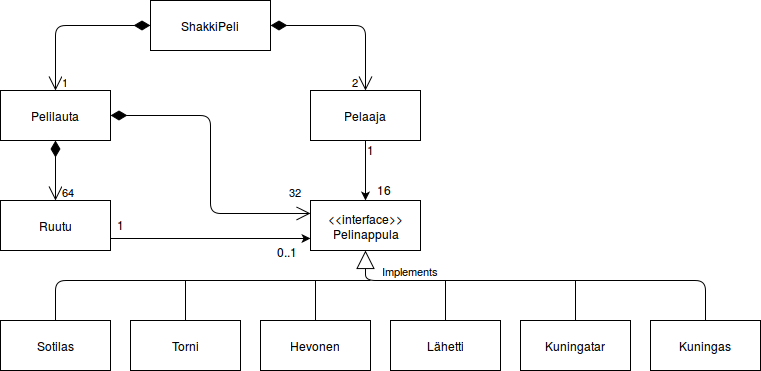
The draw.io diagram dokumentaatio/checkmate_luokat.png in llmlks/CheckMate, before a commit. Source tidied: cells renumbered, new cells last; positions are measured from the earlier drawing's top-left corner, leaving out a move shared by most shapes. Source of this version:
```xml
<mxGraphModel background="#ffffff">
  <root>
    <mxCell id="0" style="html=1;" />
    <mxCell id="1" style="html=1;" parent="0" />
    <mxCell id="2" value="Pelilauta" style="html=1;" parent="1" vertex="1">
      <mxGeometry y="90" width="110" height="50" as="geometry" />
    </mxCell>
    <mxCell id="3" style="edgeStyle=none;rounded=0;html=1;exitX=0.5;exitY=1;entryX=0.5;entryY=0;jettySize=auto;" parent="1" edge="1" source="4" target="8">
      <mxGeometry relative="1" as="geometry" />
    </mxCell>
    <mxCell id="4" value="Pelaaja" style="html=1;" parent="1" vertex="1">
      <mxGeometry x="310" y="90" width="110" height="50" as="geometry" />
    </mxCell>
    <mxCell id="5" value="ShakkiPeli" style="html=1;" parent="1" vertex="1">
      <mxGeometry x="150" width="120" height="50" as="geometry" />
    </mxCell>
    <mxCell id="6" style="edgeStyle=none;rounded=0;html=1;exitX=1;exitY=0.75;entryX=0;entryY=0.75;jettySize=auto;" parent="1" edge="1" source="7" target="8">
      <mxGeometry relative="1" as="geometry" />
    </mxCell>
    <mxCell id="7" value="Ruutu" style="html=1;" parent="1" vertex="1">
      <mxGeometry y="200" width="110" height="50" as="geometry" />
    </mxCell>
    <mxCell id="8" value="&amp;lt;&amp;lt;interface&amp;gt;&amp;gt;&lt;br&gt;Pelinappula" style="html=1;" parent="1" vertex="1">
      <mxGeometry x="310" y="200" width="110" height="50" as="geometry" />
    </mxCell>
    <mxCell id="9" value="Sotilas" style="html=1;" parent="1" vertex="1">
      <mxGeometry y="320" width="110" height="50" as="geometry" />
    </mxCell>
    <mxCell id="10" value="Hevonen" style="html=1;" parent="1" vertex="1">
      <mxGeometry x="260" y="320" width="110" height="50" as="geometry" />
    </mxCell>
    <mxCell id="11" value="Torni" style="html=1;" parent="1" vertex="1">
      <mxGeometry x="130" y="320" width="110" height="50" as="geometry" />
    </mxCell>
    <mxCell id="12" value="Lähetti" style="html=1;" parent="1" vertex="1">
      <mxGeometry x="390" y="320" width="110" height="50" as="geometry" />
    </mxCell>
    <mxCell id="13" value="Kuningatar" style="html=1;" parent="1" vertex="1">
      <mxGeometry x="520" y="320" width="110" height="50" as="geometry" />
    </mxCell>
    <mxCell id="14" value="Kuningas" style="html=1;" parent="1" vertex="1">
      <mxGeometry x="650" y="320" width="110" height="50" as="geometry" />
    </mxCell>
    <mxCell id="15" value="1" style="endArrow=open;html=1;endSize=12;startArrow=diamondThin;startSize=14;startFill=1;edgeStyle=orthogonalEdgeStyle;align=left;verticalAlign=bottom;exitX=0;exitY=0.5;" parent="1" edge="1" source="5" target="2">
      <mxGeometry x="1" y="5" relative="1" as="geometry">
        <Array as="points">
          <mxPoint x="55" y="25" />
        </Array>
      </mxGeometry>
    </mxCell>
    <mxCell id="16" value="64" style="endArrow=open;html=1;endSize=12;startArrow=diamondThin;startSize=14;startFill=1;edgeStyle=orthogonalEdgeStyle;align=left;verticalAlign=bottom;entryX=0.5;entryY=0;" parent="1" edge="1" source="2" target="7">
      <mxGeometry x="1" y="5" relative="1" as="geometry" />
    </mxCell>
    <mxCell id="17" value="32" style="endArrow=open;html=1;endSize=12;startArrow=diamondThin;startSize=14;startFill=1;edgeStyle=orthogonalEdgeStyle;align=left;verticalAlign=bottom;entryX=0;entryY=0.25;exitX=1;exitY=0.5;" parent="1" edge="1" source="2" target="8">
      <mxGeometry x="0.85" y="13" relative="1" as="geometry">
        <Array as="points">
          <mxPoint x="210" y="115" />
          <mxPoint x="210" y="213" />
        </Array>
      </mxGeometry>
    </mxCell>
    <mxCell id="18" value="0..1" style="text;html=1;align=left;verticalAlign=top;spacingTop=-4;" parent="1" vertex="1">
      <mxGeometry x="275" y="242" width="40" height="20" as="geometry" />
    </mxCell>
    <mxCell id="19" value="1" style="text;html=1;align=left;verticalAlign=top;spacingTop=-4;" parent="1" vertex="1">
      <mxGeometry x="115" y="215" width="20" height="20" as="geometry" />
    </mxCell>
    <mxCell id="20" value="1" style="text;html=1;align=left;verticalAlign=top;spacingTop=-4;" parent="1" vertex="1">
      <mxGeometry x="365" y="140" width="20" height="20" as="geometry" />
    </mxCell>
    <mxCell id="21" value="16" style="text;html=1;align=left;verticalAlign=top;spacingTop=-4;" parent="1" vertex="1">
      <mxGeometry x="375" y="180" width="30" height="20" as="geometry" />
    </mxCell>
    <mxCell id="22" value="Implements" style="endArrow=block;endSize=16;endFill=0;html=1;exitX=0.5;exitY=0;entryX=0.5;entryY=1;" parent="1" edge="1" source="14" target="8">
      <mxGeometry x="0.63" y="-10" relative="1" as="geometry">
        <Array as="points">
          <mxPoint x="705" y="280" />
          <mxPoint x="365" y="280" />
        </Array>
      </mxGeometry>
    </mxCell>
    <mxCell id="23" style="endArrow=none;html=1;exitX=0.5;exitY=0;" parent="1" edge="1" source="9">
      <mxGeometry relative="1" as="geometry">
        <mxPoint x="370" y="280" as="targetPoint" />
        <Array as="points">
          <mxPoint x="55" y="280" />
        </Array>
      </mxGeometry>
    </mxCell>
    <mxCell id="24" style="endArrow=none;html=1;entryX=0.5;entryY=0;" parent="1" edge="1" target="11">
      <mxGeometry relative="1" as="geometry">
        <mxPoint x="185" y="280" as="sourcePoint" />
      </mxGeometry>
    </mxCell>
    <mxCell id="25" style="endArrow=none;html=1;entryX=0.5;entryY=0;" parent="1" edge="1" target="10">
      <mxGeometry relative="1" as="geometry">
        <mxPoint x="315" y="280" as="sourcePoint" />
      </mxGeometry>
    </mxCell>
    <mxCell id="26" style="endArrow=none;html=1;exitX=0.5;exitY=0;" parent="1" edge="1" source="12">
      <mxGeometry relative="1" as="geometry">
        <mxPoint x="445" y="280" as="targetPoint" />
      </mxGeometry>
    </mxCell>
    <mxCell id="27" style="endArrow=none;html=1;exitX=0.5;exitY=0;" parent="1" edge="1" source="13">
      <mxGeometry relative="1" as="geometry">
        <mxPoint x="575" y="280" as="targetPoint" />
      </mxGeometry>
    </mxCell>
    <mxCell id="28" value="2" style="endArrow=open;html=1;endSize=12;startArrow=diamondThin;startSize=14;startFill=1;edgeStyle=orthogonalEdgeStyle;align=left;verticalAlign=bottom;exitX=1;exitY=0.5;entryX=0.5;entryY=0;" parent="1" edge="1" source="5" target="4">
      <mxGeometry x="1" y="-15" relative="1" as="geometry">
        <Array as="points">
          <mxPoint x="365" y="25" />
        </Array>
      </mxGeometry>
    </mxCell>
  </root>
</mxGraphModel>
```
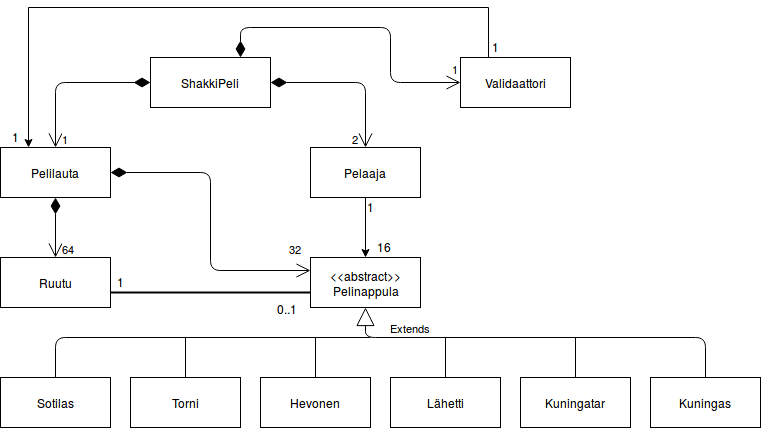
After the change.

Commit message:
luokkakaavio, tuntikirjanpito updated

Change to the diagram source:
```diff
@@ -14,13 +14,10 @@
     <mxCell id="5" value="ShakkiPeli" style="html=1;" parent="1" vertex="1">
       <mxGeometry x="150" width="120" height="50" as="geometry" />
     </mxCell>
-    <mxCell id="6" style="edgeStyle=none;rounded=0;html=1;exitX=1;exitY=0.75;entryX=0;entryY=0.75;jettySize=auto;" parent="1" edge="1" source="7" target="8">
-      <mxGeometry relative="1" as="geometry" />
-    </mxCell>
     <mxCell id="7" value="Ruutu" style="html=1;" parent="1" vertex="1">
       <mxGeometry y="200" width="110" height="50" as="geometry" />
     </mxCell>
-    <mxCell id="8" value="&amp;lt;&amp;lt;interface&amp;gt;&amp;gt;&lt;br&gt;Pelinappula" style="html=1;" parent="1" vertex="1">
+    <mxCell id="8" value="&amp;lt;&amp;lt;abstract&amp;gt;&amp;gt;&lt;br&gt;Pelinappula" style="html=1;" parent="1" vertex="1">
       <mxGeometry x="310" y="200" width="110" height="50" as="geometry" />
     </mxCell>
     <mxCell id="9" value="Sotilas" style="html=1;" parent="1" vertex="1">
@@ -71,7 +68,7 @@
     <mxCell id="21" value="16" style="text;html=1;align=left;verticalAlign=top;spacingTop=-4;" parent="1" vertex="1">
       <mxGeometry x="375" y="180" width="30" height="20" as="geometry" />
     </mxCell>
-    <mxCell id="22" value="Implements" style="endArrow=block;endSize=16;endFill=0;html=1;exitX=0.5;exitY=0;entryX=0.5;entryY=1;" parent="1" edge="1" source="14" target="8">
+    <mxCell id="22" value="Extends" style="endArrow=block;endSize=16;endFill=0;html=1;exitX=0.5;exitY=0;entryX=0.5;entryY=1;" parent="1" edge="1" source="14" target="8">
       <mxGeometry x="0.63" y="-10" relative="1" as="geometry">
         <Array as="points">
           <mxPoint x="705" y="280" />
@@ -114,5 +111,34 @@
         </Array>
       </mxGeometry>
     </mxCell>
+    <mxCell id="29" style="line;strokeWidth=2;html=1;" parent="1" vertex="1">
+      <mxGeometry x="110" y="230" width="200" height="10" as="geometry" />
+    </mxCell>
+    <mxCell id="30" style="edgeStyle=none;rounded=0;html=1;exitX=0.25;exitY=0;entryX=0.25;entryY=0;jettySize=auto;" parent="1" edge="1" source="31" target="2">
+      <mxGeometry relative="1" as="geometry">
+        <Array as="points">
+          <mxPoint x="488" y="-50" />
+          <mxPoint x="28" y="-50" />
+        </Array>
+      </mxGeometry>
+    </mxCell>
+    <mxCell id="31" value="Validaattori" style="html=1;" parent="1" vertex="1">
+      <mxGeometry x="460" width="110" height="50" as="geometry" />
+    </mxCell>
+    <mxCell id="32" value="1" style="endArrow=open;html=1;endSize=12;startArrow=diamondThin;startSize=14;startFill=1;edgeStyle=orthogonalEdgeStyle;align=left;verticalAlign=bottom;exitX=0.75;exitY=0;entryX=0;entryY=0.5;" parent="1" edge="1" source="5" target="31">
+      <mxGeometry x="0.93" y="5" relative="1" as="geometry">
+        <Array as="points">
+          <mxPoint x="240" y="-30" />
+          <mxPoint x="390" y="-30" />
+          <mxPoint x="390" y="25" />
+        </Array>
+      </mxGeometry>
+    </mxCell>
+    <mxCell id="33" value="1" style="text;html=1;align=left;verticalAlign=top;spacingTop=-4;" parent="1" vertex="1">
+      <mxGeometry x="10" y="70" width="20" height="20" as="geometry" />
+    </mxCell>
+    <mxCell id="34" value="1" style="text;html=1;align=left;verticalAlign=top;spacingTop=-4;" parent="1" vertex="1">
+      <mxGeometry x="490" y="-20" width="20" height="20" as="geometry" />
+    </mxCell>
   </root>
 </mxGraphModel>
```
